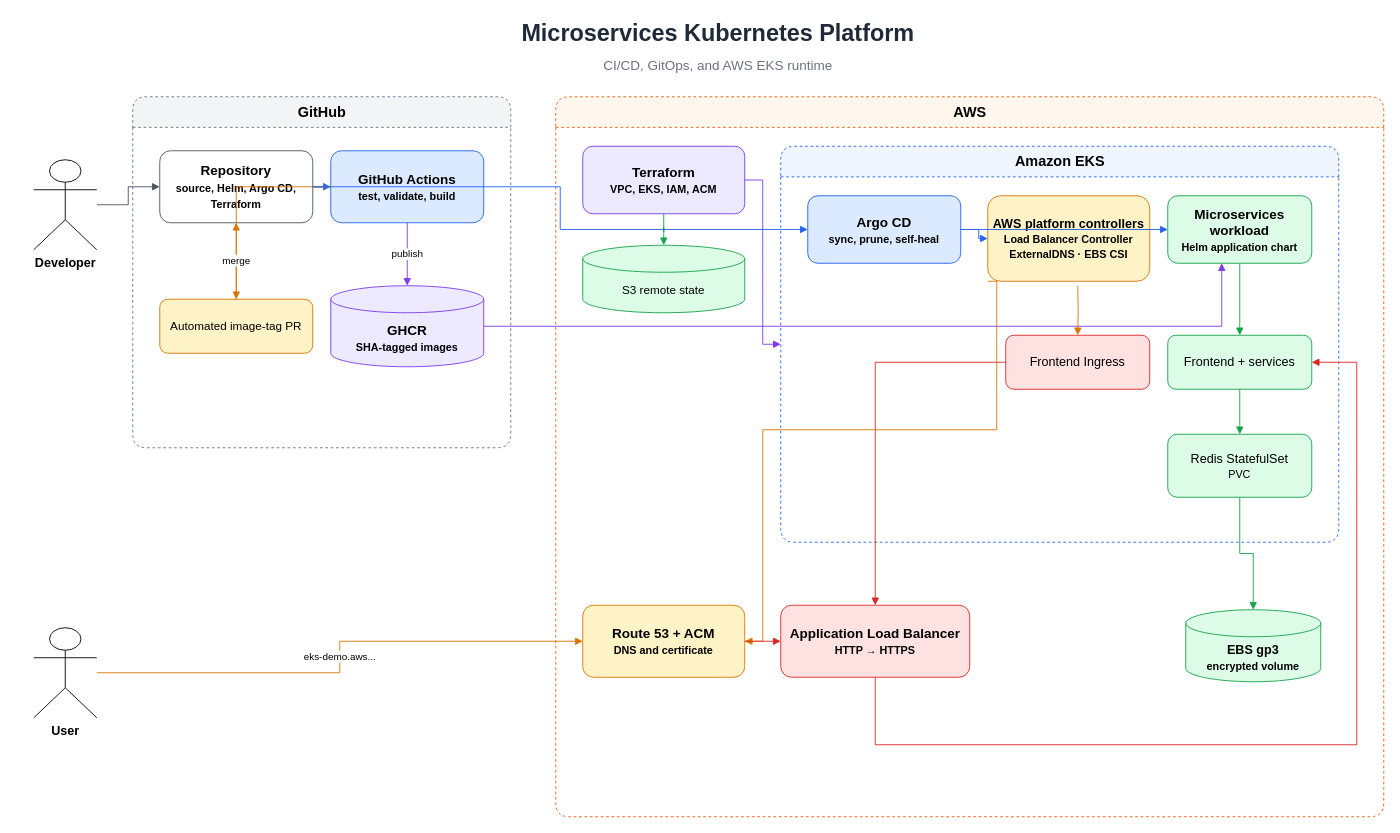
The draw.io diagram docs/diagrams/eks-platform-architecture.drawio in micheleformenti/microservices-k8s-platform, before the edit. Source tidied: cells renumbered, new cells numbered last; positions are measured from the earlier drawing's top-left corner, leaving out a move shared by most shapes. Both pictures are drawn from the tidied source at 90%, with x=0, y=0 at pixel (33, 15).
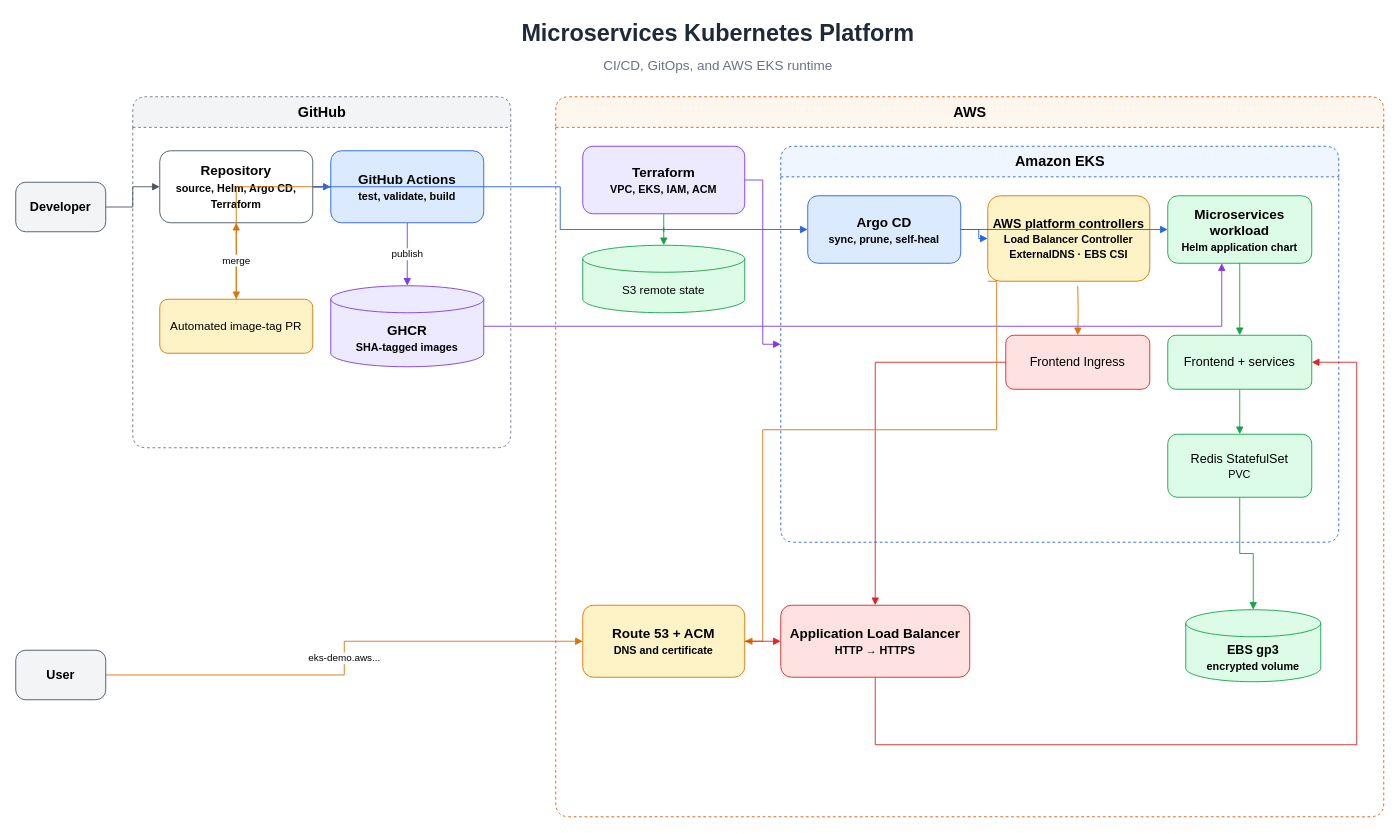
Above is the later version.

Commit message (it also covers changes not shown here):
Update EKS architecture diagram

The edit, as a diff of the source:
```diff
@@
-    <mxCell id="4" value="Developer" style="shape=umlActor;verticalLabelPosition=bottom;verticalAlign=top;html=1;fontSize=14;fontStyle=1;" parent="1" vertex="1">
-      <mxGeometry y="160" width="70" height="100" as="geometry" />
+    <mxCell id="4" value="Developer" style="rounded=1;whiteSpace=wrap;html=1;fontSize=14;fontStyle=1;fillColor=#F3F4F6;strokeColor=#4B5563;arcSize=20;" parent="1" vertex="1">
+      <mxGeometry x="-20" y="185" width="100" height="55" as="geometry" />
     </mxCell>
-    <mxCell id="5" value="User" style="shape=umlActor;verticalLabelPosition=bottom;verticalAlign=top;html=1;fontSize=14;fontStyle=1;" parent="1" vertex="1">
-      <mxGeometry y="680" width="70" height="100" as="geometry" />
+    <mxCell id="5" value="User" style="rounded=1;whiteSpace=wrap;html=1;fontSize=14;fontStyle=1;fillColor=#F3F4F6;strokeColor=#4B5563;arcSize=20;" parent="1" vertex="1">
+      <mxGeometry x="-20" y="705" width="100" height="55" as="geometry" />
     </mxCell>
```
